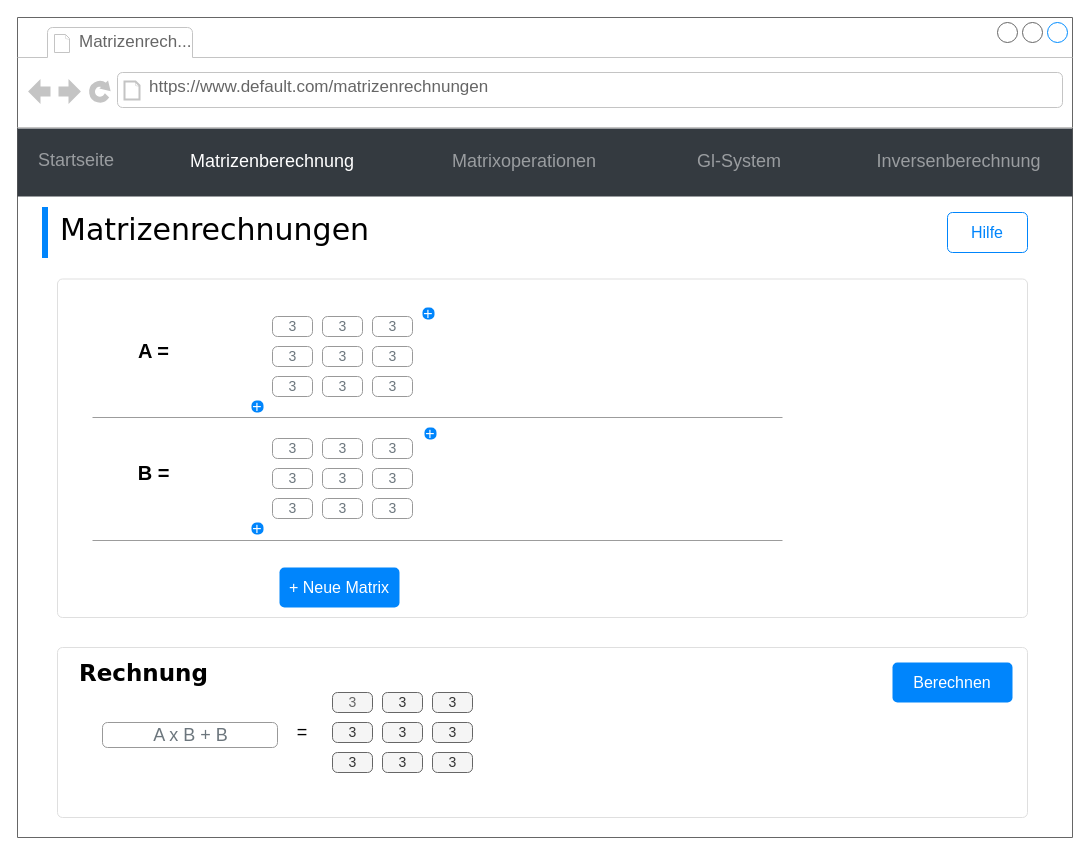
Above: mockup/mockup_matrizenberechnung.drawio in finitearth/Gaussian-Elimination-GUI (draw.io), before the change. Source tidied: cells renumbered, new cells numbered last; positions are measured from the earlier drawing's top-left corner, leaving out a move shared by most shapes. Both pictures are drawn from the tidied source at 100%, with x=0, y=0 at pixel (17, 17).
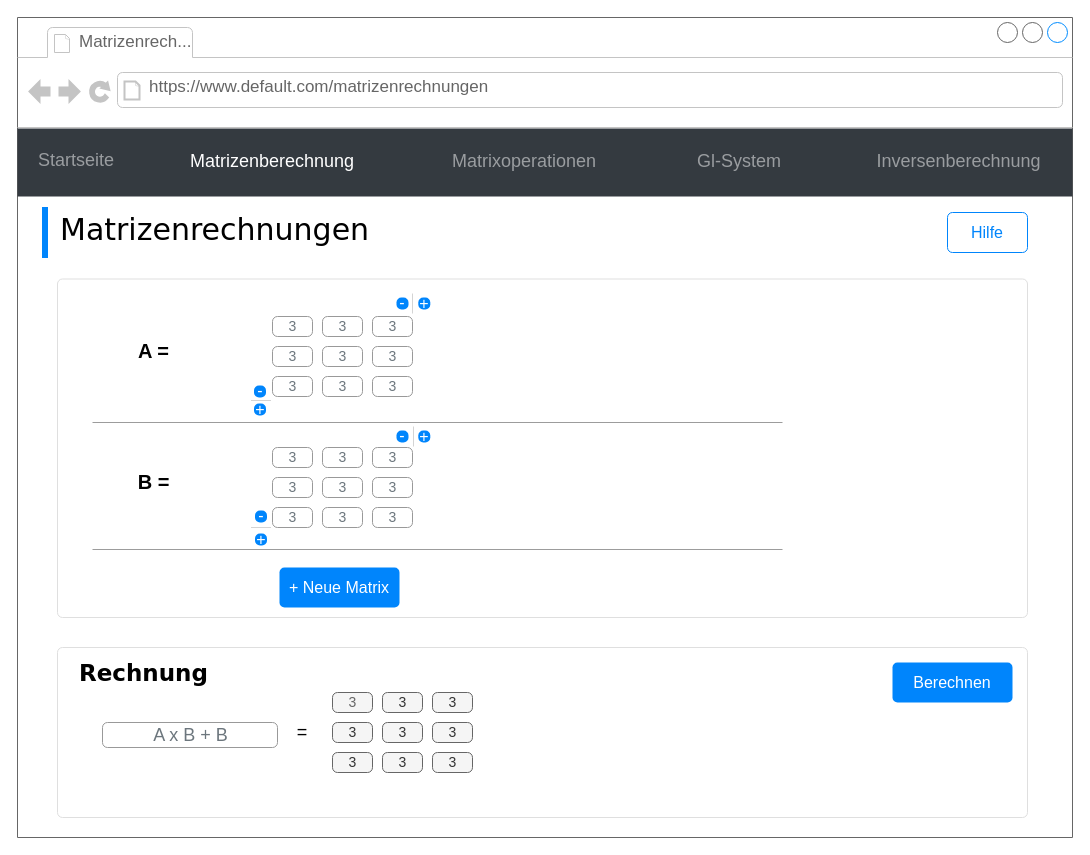
The same page after the edit.

The change refers to these unchanged cells:
```xml
<mxCell id="2" style="strokeWidth=1;shadow=0;dashed=0;align=left;html=1;shape=mxgraph.mockup.containers.browserWindow;rSize=0;strokeColor=#666666;mainText=,;rounded=0;labelBackgroundColor=none;fontFamily=Verdana;fontSize=12;spacing=2;" parent="1" vertex="1">
  <mxGeometry width="1055" height="820" as="geometry" />
</mxCell>
```

What changed in the source:
```diff
@@
     <mxCell id="10" style="group;" parent="2" vertex="1">
-      <mxGeometry x="85" y="278" width="322" height="117" as="geometry" />
+      <mxGeometry x="85" y="278" width="327.8" height="117" as="geometry" />
     </mxCell>
-    <mxCell id="11" value="&amp;nbsp;+&amp;nbsp;" style="html=1;shadow=0;dashed=0;shape=mxgraph.bootstrap.rrect;rSize=5;strokeColor=none;strokeWidth=1;fillColor=#0085FC;fontColor=#FFFFFF;whiteSpace=wrap;align=center;verticalAlign=middle;spacingLeft=0;fontStyle=0;fontSize=16;spacing=5;rotation=0;labelPosition=center;verticalLabelPosition=middle;" parent="10" vertex="1">
-      <mxGeometry x="149" y="105" width="12" height="12" as="geometry" />
-    </mxCell>
     <mxCell id="12" style="group;" parent="10" vertex="1">
-      <mxGeometry y="21" width="310" height="80" as="geometry" />
+      <mxGeometry y="21" width="310" height="96" as="geometry" />
     </mxCell>
@@
+    <mxCell id="63" value="&amp;nbsp;+&amp;nbsp;" style="html=1;shadow=0;dashed=0;shape=mxgraph.bootstrap.rrect;rSize=5;strokeColor=none;strokeWidth=1;fillColor=#0085FC;fontColor=#FFFFFF;whiteSpace=wrap;align=center;verticalAlign=middle;spacingLeft=0;fontStyle=0;fontSize=16;spacing=5;rotation=0;labelPosition=center;verticalLabelPosition=middle;" parent="10" vertex="1">
+      <mxGeometry x="315.8" y="2" width="12" height="12" as="geometry" />
+    </mxCell>
+    <mxCell id="64" style="endArrow=none;html=1;rounded=0;strokeColor=#D4D4D4;exitX=0.5;exitY=0;exitDx=0;exitDy=0;entryX=0.5;entryY=1;entryDx=0;entryDy=0;" parent="10" edge="1">
+      <mxGeometry relative="1" as="geometry">
+        <mxPoint x="310" y="-2" as="sourcePoint" />
+        <mxPoint x="310" y="18" as="targetPoint" />
+      </mxGeometry>
+    </mxCell>
     <mxCell id="24" style="endArrow=none;html=1;rounded=0;strokeColor=#9C9C9C;" parent="2" edge="1">
       <mxGeometry relative="1" as="geometry">
-        <mxPoint x="75" y="400" as="sourcePoint" />
-        <mxPoint x="765" y="400" as="targetPoint" />
+        <mxPoint x="75" y="405" as="sourcePoint" />
+        <mxPoint x="765" y="405" as="targetPoint" />
       </mxGeometry>
     </mxCell>
@@
     <mxCell id="26" style="endArrow=none;html=1;rounded=0;strokeColor=#9C9C9C;" parent="2" edge="1">
       <mxGeometry relative="1" as="geometry">
-        <mxPoint x="75" y="523" as="sourcePoint" />
-        <mxPoint x="765" y="523" as="targetPoint" />
+        <mxPoint x="75" y="532" as="sourcePoint" />
+        <mxPoint x="765" y="532" as="targetPoint" />
       </mxGeometry>
     </mxCell>
@@
     <mxCell id="29" style="group;" parent="2" vertex="1">
-      <mxGeometry x="85" y="400" width="322" height="117" as="geometry" />
+      <mxGeometry x="85" y="409" width="322" height="117" as="geometry" />
     </mxCell>
-    <mxCell id="30" value="&amp;nbsp;+&amp;nbsp;" style="html=1;shadow=0;dashed=0;shape=mxgraph.bootstrap.rrect;rSize=5;strokeColor=none;strokeWidth=1;fillColor=#0085FC;fontColor=#FFFFFF;whiteSpace=wrap;align=center;verticalAlign=middle;spacingLeft=0;fontStyle=0;fontSize=16;spacing=5;rotation=0;labelPosition=center;verticalLabelPosition=middle;" parent="29" vertex="1">
-      <mxGeometry x="149" y="105" width="12" height="12" as="geometry" />
-    </mxCell>
@@
-    <mxCell id="43" value="&amp;nbsp;+&amp;nbsp;" style="html=1;shadow=0;dashed=0;shape=mxgraph.bootstrap.rrect;rSize=5;strokeColor=none;strokeWidth=1;fillColor=#0085FC;fontColor=#FFFFFF;whiteSpace=wrap;align=center;verticalAlign=middle;spacingLeft=0;fontStyle=0;fontSize=16;spacing=5;rotation=0;labelPosition=center;verticalLabelPosition=middle;" parent="2" vertex="1">
-      <mxGeometry x="405" y="290" width="12" height="12" as="geometry" />
-    </mxCell>
-    <mxCell id="44" value="&amp;nbsp;+&amp;nbsp;" style="html=1;shadow=0;dashed=0;shape=mxgraph.bootstrap.rrect;rSize=5;strokeColor=none;strokeWidth=1;fillColor=#0085FC;fontColor=#FFFFFF;whiteSpace=wrap;align=center;verticalAlign=middle;spacingLeft=0;fontStyle=0;fontSize=16;spacing=5;rotation=0;labelPosition=center;verticalLabelPosition=middle;" parent="2" vertex="1">
-      <mxGeometry x="407" y="410" width="12" height="12" as="geometry" />
-    </mxCell>
@@
+    <mxCell id="65" value="-" style="html=1;shadow=0;dashed=0;shape=mxgraph.bootstrap.rrect;rSize=5;strokeColor=none;strokeWidth=1;fillColor=#0085FC;fontColor=#FFFFFF;whiteSpace=wrap;align=center;verticalAlign=middle;spacingLeft=0;fontStyle=0;fontSize=16;spacing=5;rotation=0;labelPosition=center;verticalLabelPosition=middle;spacingTop=-3;" parent="2" vertex="1">
+      <mxGeometry x="379" y="280" width="12" height="12" as="geometry" />
+    </mxCell>
+    <mxCell id="66" value="-" style="html=1;shadow=0;dashed=0;shape=mxgraph.bootstrap.rrect;rSize=5;strokeColor=none;strokeWidth=1;fillColor=#0085FC;fontColor=#FFFFFF;whiteSpace=wrap;align=center;verticalAlign=middle;spacingLeft=0;fontStyle=0;fontSize=16;spacing=5;rotation=0;labelPosition=center;verticalLabelPosition=middle;spacingTop=-3;" parent="2" vertex="1">
+      <mxGeometry x="236.5" y="368" width="12" height="12" as="geometry" />
+    </mxCell>
+    <mxCell id="67" value="&amp;nbsp;+&amp;nbsp;" style="html=1;shadow=0;dashed=0;shape=mxgraph.bootstrap.rrect;rSize=5;strokeColor=none;strokeWidth=1;fillColor=#0085FC;fontColor=#FFFFFF;whiteSpace=wrap;align=center;verticalAlign=middle;spacingLeft=0;fontStyle=0;fontSize=16;spacing=5;rotation=0;labelPosition=center;verticalLabelPosition=middle;" parent="2" vertex="1">
+      <mxGeometry x="236.5" y="386" width="12" height="12" as="geometry" />
+    </mxCell>
+    <mxCell id="68" value="&amp;nbsp;+&amp;nbsp;" style="html=1;shadow=0;dashed=0;shape=mxgraph.bootstrap.rrect;rSize=5;strokeColor=none;strokeWidth=1;fillColor=#0085FC;fontColor=#FFFFFF;whiteSpace=wrap;align=center;verticalAlign=middle;spacingLeft=0;fontStyle=0;fontSize=16;spacing=5;rotation=0;labelPosition=center;verticalLabelPosition=middle;" parent="2" vertex="1">
+      <mxGeometry x="400.8" y="413" width="12" height="12" as="geometry" />
+    </mxCell>
+    <mxCell id="69" style="endArrow=none;html=1;rounded=0;strokeColor=#D4D4D4;exitX=0.5;exitY=0;exitDx=0;exitDy=0;entryX=0.5;entryY=1;entryDx=0;entryDy=0;" parent="2" edge="1">
+      <mxGeometry relative="1" as="geometry">
+        <mxPoint x="233.5" y="383" as="sourcePoint" />
+        <mxPoint x="253.5" y="383" as="targetPoint" />
+      </mxGeometry>
+    </mxCell>
+    <mxCell id="70" style="endArrow=none;html=1;rounded=0;strokeColor=#D4D4D4;exitX=0.5;exitY=0;exitDx=0;exitDy=0;entryX=0.5;entryY=1;entryDx=0;entryDy=0;" parent="2" edge="1">
+      <mxGeometry relative="1" as="geometry">
+        <mxPoint x="396" y="409" as="sourcePoint" />
+        <mxPoint x="396" y="429" as="targetPoint" />
+      </mxGeometry>
+    </mxCell>
+    <mxCell id="71" value="-" style="html=1;shadow=0;dashed=0;shape=mxgraph.bootstrap.rrect;rSize=5;strokeColor=none;strokeWidth=1;fillColor=#0085FC;fontColor=#FFFFFF;whiteSpace=wrap;align=center;verticalAlign=middle;spacingLeft=0;fontStyle=0;fontSize=16;spacing=5;rotation=0;labelPosition=center;verticalLabelPosition=middle;spacingTop=-3;" parent="2" vertex="1">
+      <mxGeometry x="379" y="413" width="12" height="12" as="geometry" />
+    </mxCell>
+    <mxCell id="72" style="endArrow=none;html=1;rounded=0;strokeColor=#D4D4D4;exitX=0.5;exitY=0;exitDx=0;exitDy=0;entryX=0.5;entryY=1;entryDx=0;entryDy=0;" parent="2" edge="1">
+      <mxGeometry relative="1" as="geometry">
+        <mxPoint x="233.5" y="510" as="sourcePoint" />
+        <mxPoint x="253.5" y="510" as="targetPoint" />
+      </mxGeometry>
+    </mxCell>
+    <mxCell id="73" value="-" style="html=1;shadow=0;dashed=0;shape=mxgraph.bootstrap.rrect;rSize=5;strokeColor=none;strokeWidth=1;fillColor=#0085FC;fontColor=#FFFFFF;whiteSpace=wrap;align=center;verticalAlign=middle;spacingLeft=0;fontStyle=0;fontSize=16;spacing=5;rotation=0;labelPosition=center;verticalLabelPosition=middle;spacingTop=-3;" parent="2" vertex="1">
+      <mxGeometry x="237.5" y="493" width="12" height="12" as="geometry" />
+    </mxCell>
@@
+    <mxCell id="74" value="&amp;nbsp;+&amp;nbsp;" style="html=1;shadow=0;dashed=0;shape=mxgraph.bootstrap.rrect;rSize=5;strokeColor=none;strokeWidth=1;fillColor=#0085FC;fontColor=#FFFFFF;whiteSpace=wrap;align=center;verticalAlign=middle;spacingLeft=0;fontStyle=0;fontSize=16;spacing=5;rotation=0;labelPosition=center;verticalLabelPosition=middle;" parent="1" vertex="1">
+      <mxGeometry x="237.5" y="516" width="12" height="12" as="geometry" />
+    </mxCell>
```
